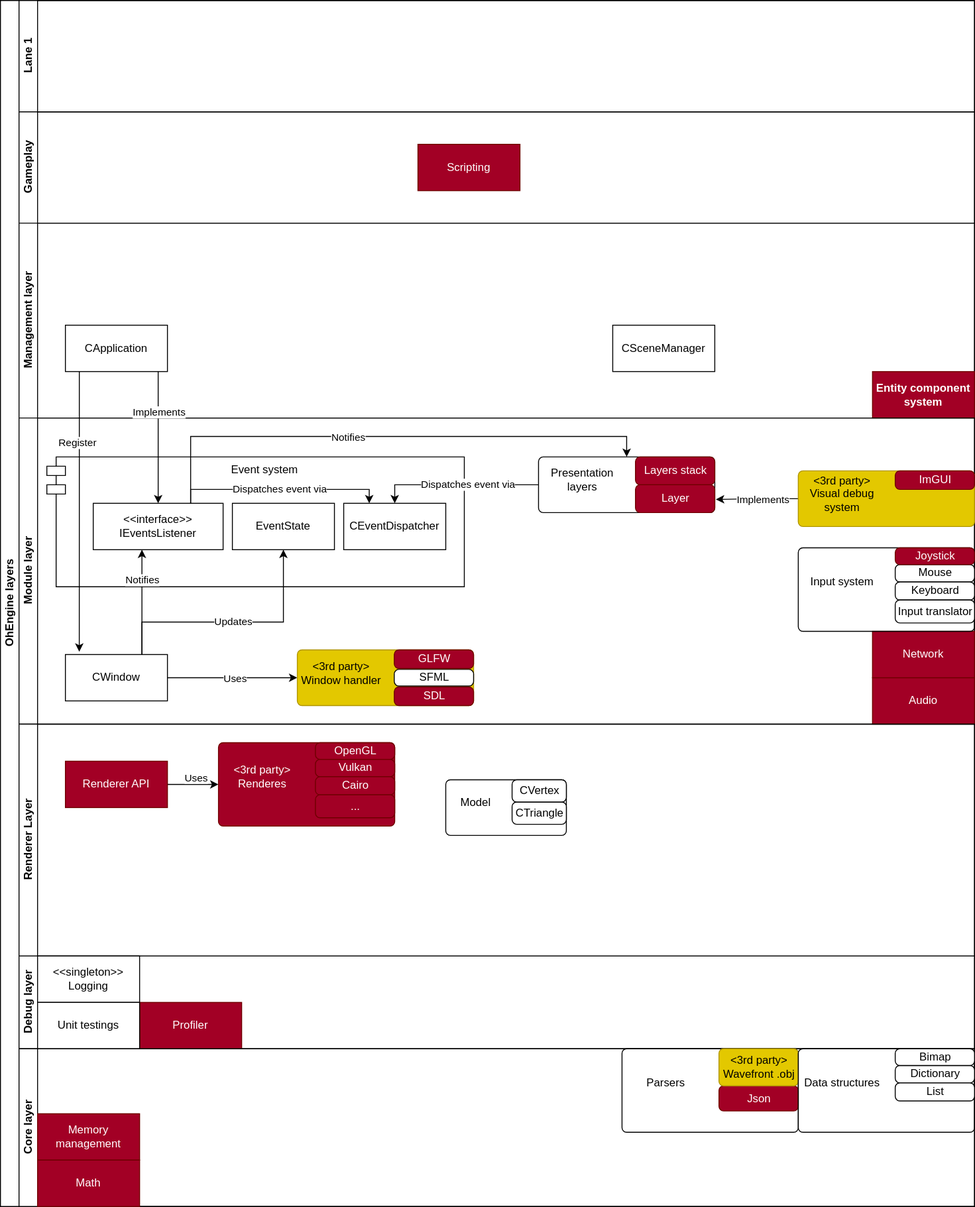
Above: docs/LayerDiagram.svg in eHonnef/OhEngine (draw.io), before the change. Source tidied: cells renumbered, new cells last; positions are measured from the earlier drawing's top-left corner, leaving out a move shared by most shapes.
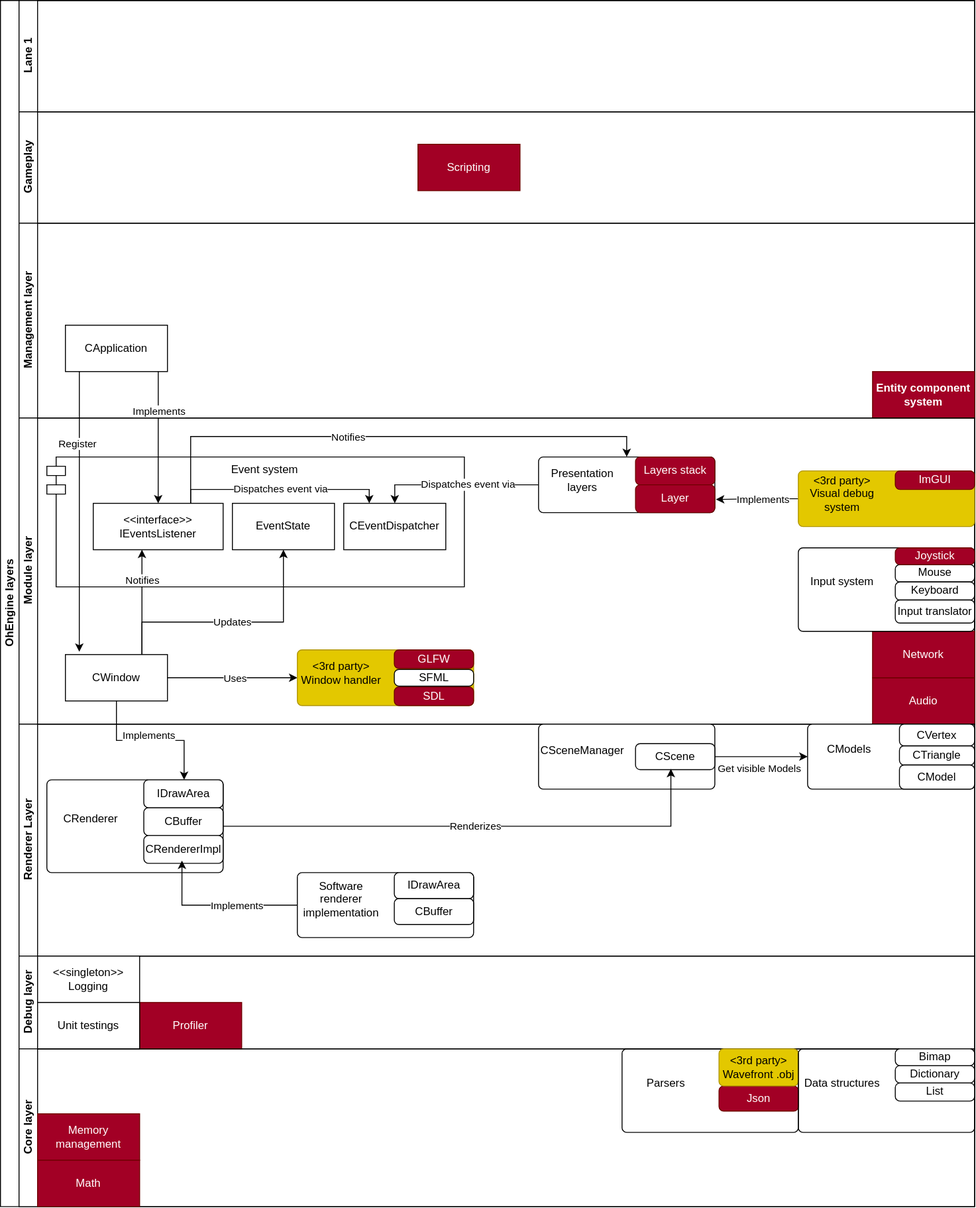
Above is the later version.

Diff of the diagram source:
```diff
@@ -23,9 +23,6 @@
     <mxCell id="8" value="Entity component system" style="html=1;whiteSpace=wrap;fillColor=#a20025;strokeColor=#6F0000;fontColor=#ffffff;fontStyle=1;" parent="6" vertex="1">
       <mxGeometry x="920" y="160" width="110" height="50" as="geometry" />
     </mxCell>
-    <mxCell id="9" value="CSceneManager" style="html=1;whiteSpace=wrap;" parent="6" vertex="1">
-      <mxGeometry x="640" y="110" width="110" height="50" as="geometry" />
-    </mxCell>
     <mxCell id="10" value="Module layer" style="swimlane;startSize=20;horizontal=0;html=1;" parent="2" vertex="1">
       <mxGeometry x="20" y="450" width="1030" height="330" as="geometry" />
     </mxCell>
@@ -163,47 +160,76 @@
     <mxCell id="46" value="Renderer Layer" style="swimlane;startSize=20;horizontal=0;html=1;" parent="2" vertex="1">
       <mxGeometry x="20" y="780" width="1030" height="250" as="geometry" />
     </mxCell>
-    <mxCell id="47" style="edgeStyle=orthogonalEdgeStyle;rounded=0;jettySize=auto;html=1;entryX=0;entryY=0.5;entryDx=0;entryDy=0;" parent="46" edge="1" source="49" target="50">
-      <mxGeometry relative="1" as="geometry" />
-    </mxCell>
-    <mxCell id="48" value="Uses" style="edgeLabel;html=1;align=center;verticalAlign=middle;" parent="47" vertex="1">
-      <mxGeometry x="-0.2" y="-2" relative="1" as="geometry">
-        <mxPoint x="8" y="-10" as="offset" />
-      </mxGeometry>
-    </mxCell>
-    <mxCell id="49" value="Renderer API" style="html=1;whiteSpace=wrap;fillColor=#a20025;strokeColor=#6F0000;fontColor=#ffffff;" parent="46" vertex="1">
-      <mxGeometry x="50" y="40" width="110" height="50" as="geometry" />
-    </mxCell>
-    <mxCell id="50" style="rounded=1;absoluteArcSize=1;html=1;arcSize=10;fillColor=#a20025;strokeColor=#6F0000;fontColor=#ffffff;" parent="46" vertex="1">
-      <mxGeometry x="215" y="20" width="190" height="90" as="geometry" />
-    </mxCell>
-    <mxCell id="51" value="&amp;lt;3rd party&amp;gt;&lt;br&gt;Renderes" style="html=1;shape=mxgraph.er.anchor;whiteSpace=wrap;fontColor=#FFFFFF;" parent="50" vertex="1">
-      <mxGeometry width="95" height="75" as="geometry" />
-    </mxCell>
-    <mxCell id="52" value="Vulkan" style="rounded=1;absoluteArcSize=1;html=1;arcSize=10;whiteSpace=wrap;strokeColor=inherit;fillColor=inherit;fontColor=#FFFFFF;" parent="50" vertex="1">
-      <mxGeometry x="104.5" y="18" width="85.5" height="18.7" as="geometry" />
-    </mxCell>
-    <mxCell id="53" value="OpenGL" style="rounded=1;absoluteArcSize=1;html=1;arcSize=10;whiteSpace=wrap;strokeColor=inherit;fillColor=inherit;fontColor=#FFFFFF;" parent="50" vertex="1">
-      <mxGeometry x="104.5" width="85.5" height="18" as="geometry" />
-    </mxCell>
-    <mxCell id="54" value="Cairo" style="rounded=1;absoluteArcSize=1;html=1;arcSize=10;whiteSpace=wrap;strokeColor=inherit;fillColor=inherit;fontColor=#FFFFFF;" parent="50" vertex="1">
-      <mxGeometry x="104.5" y="36.7" width="85.5" height="19.5" as="geometry" />
-    </mxCell>
-    <mxCell id="55" value="..." style="rounded=1;absoluteArcSize=1;html=1;arcSize=10;whiteSpace=wrap;strokeColor=inherit;fillColor=inherit;fontColor=#FFFFFF;" parent="50" vertex="1">
-      <mxGeometry x="104.5" y="56.2" width="85.5" height="24.7" as="geometry" />
-    </mxCell>
     <mxCell id="56" style="rounded=1;absoluteArcSize=1;html=1;arcSize=10;" parent="46" vertex="1">
-      <mxGeometry x="460" y="60" width="130" height="60" as="geometry" />
+      <mxGeometry x="850" width="180" height="70" as="geometry" />
     </mxCell>
-    <mxCell id="57" value="Model" style="html=1;shape=mxgraph.er.anchor;whiteSpace=wrap;" parent="56" vertex="1">
-      <mxGeometry width="65" height="50" as="geometry" />
+    <mxCell id="57" value="CModels" style="html=1;shape=mxgraph.er.anchor;whiteSpace=wrap;" parent="56" vertex="1">
+      <mxGeometry width="90" height="53.6" as="geometry" />
     </mxCell>
     <mxCell id="58" value="CTriangle" style="rounded=1;absoluteArcSize=1;html=1;arcSize=10;whiteSpace=wrap;" parent="56" vertex="1">
-      <mxGeometry x="71.5" y="24" width="58.5" height="24" as="geometry" />
+      <mxGeometry x="99" y="23.3" width="81" height="20.7" as="geometry" />
     </mxCell>
     <mxCell id="59" value="CVertex" style="rounded=1;absoluteArcSize=1;html=1;arcSize=10;whiteSpace=wrap;" parent="56" vertex="1">
-      <mxGeometry x="71.5" width="58.5" height="24" as="geometry" />
+      <mxGeometry x="99" width="81" height="23.3" as="geometry" />
     </mxCell>
+    <mxCell id="80" value="CModel" style="rounded=1;absoluteArcSize=1;html=1;arcSize=10;whiteSpace=wrap;" parent="56" vertex="1">
+      <mxGeometry x="99" y="44" width="81" height="25.9" as="geometry" />
+    </mxCell>
+    <mxCell id="81" style="edgeStyle=orthogonalEdgeStyle;rounded=0;jettySize=auto;html=1;entryX=0;entryY=0.5;entryDx=0;entryDy=0;" parent="46" edge="1" source="83" target="56">
+      <mxGeometry relative="1" as="geometry" />
+    </mxCell>
+    <mxCell id="82" value="Get visible Models" style="edgeLabel;html=1;align=center;verticalAlign=middle;" parent="81" vertex="1">
+      <mxGeometry x="-0.28" y="-1" relative="1" as="geometry">
+        <mxPoint x="11" y="11" as="offset" />
+      </mxGeometry>
+    </mxCell>
+    <mxCell id="83" style="rounded=1;absoluteArcSize=1;html=1;arcSize=10;" parent="46" vertex="1">
+      <mxGeometry x="560" width="190" height="70" as="geometry" />
+    </mxCell>
+    <mxCell id="9" value="CSceneManager" style="html=1;shape=mxgraph.er.anchor;whiteSpace=wrap;" parent="83" vertex="1">
+      <mxGeometry width="95" height="58.3" as="geometry" />
+    </mxCell>
+    <mxCell id="84" value="CScene" style="rounded=1;absoluteArcSize=1;html=1;arcSize=10;whiteSpace=wrap;points=[];" parent="83" vertex="1">
+      <mxGeometry x="104.5" y="21" width="85.5" height="28" as="geometry" />
+    </mxCell>
+    <mxCell id="85" value="Renderizes" style="edgeStyle=orthogonalEdgeStyle;rounded=0;jettySize=auto;html=1;entryX=0.446;entryY=0.973;entryDx=0;entryDy=0;entryPerimeter=0;" parent="46" edge="1" source="86" target="84">
+      <mxGeometry relative="1" as="geometry" />
+    </mxCell>
+    <mxCell id="86" style="rounded=1;absoluteArcSize=1;html=1;arcSize=10;" parent="46" vertex="1">
+      <mxGeometry x="30" y="60" width="190" height="100" as="geometry" />
+    </mxCell>
+    <mxCell id="87" value="CRenderer" style="html=1;shape=mxgraph.er.anchor;whiteSpace=wrap;" parent="86" vertex="1">
+      <mxGeometry width="95" height="83.3" as="geometry" />
+    </mxCell>
+    <mxCell id="88" value="CBuffer" style="rounded=1;absoluteArcSize=1;html=1;arcSize=10;whiteSpace=wrap;" parent="86" vertex="1">
+      <mxGeometry x="104.5" y="30" width="85.5" height="30" as="geometry" />
+    </mxCell>
+    <mxCell id="89" value="IDrawArea" style="rounded=1;absoluteArcSize=1;html=1;arcSize=10;whiteSpace=wrap;points=[];" parent="86" vertex="1">
+      <mxGeometry x="104.5" width="85.5" height="30" as="geometry" />
+    </mxCell>
+    <mxCell id="90" value="CRendererImpl" style="rounded=1;absoluteArcSize=1;html=1;arcSize=10;whiteSpace=wrap;points=[];" parent="86" vertex="1">
+      <mxGeometry x="104.5" y="60" width="85.5" height="30" as="geometry" />
+    </mxCell>
+    <mxCell id="91" style="edgeStyle=orthogonalEdgeStyle;rounded=0;jettySize=auto;html=1;entryX=0.481;entryY=0.902;entryDx=0;entryDy=0;entryPerimeter=0;" parent="46" edge="1" source="93" target="90">
+      <mxGeometry relative="1" as="geometry" />
+    </mxCell>
+    <mxCell id="92" value="Implements" style="edgeLabel;html=1;align=center;verticalAlign=middle;" parent="91" vertex="1">
+      <mxGeometry x="-0.07" y="1" relative="1" as="geometry">
+        <mxPoint x="14" y="-1" as="offset" />
+      </mxGeometry>
+    </mxCell>
+    <mxCell id="93" style="rounded=1;absoluteArcSize=1;html=1;arcSize=10;" parent="46" vertex="1">
+      <mxGeometry x="300" y="160" width="190" height="70" as="geometry" />
+    </mxCell>
+    <mxCell id="94" value="Software renderer implementation" style="html=1;shape=mxgraph.er.anchor;whiteSpace=wrap;" parent="93" vertex="1">
+      <mxGeometry width="95" height="58.3" as="geometry" />
+    </mxCell>
+    <mxCell id="95" value="CBuffer" style="rounded=1;absoluteArcSize=1;html=1;arcSize=10;whiteSpace=wrap;" parent="93" vertex="1">
+      <mxGeometry x="104.5" y="28" width="85.5" height="28" as="geometry" />
+    </mxCell>
+    <mxCell id="96" value="IDrawArea" style="rounded=1;absoluteArcSize=1;html=1;arcSize=10;whiteSpace=wrap;" parent="93" vertex="1">
+      <mxGeometry x="104.5" width="85.5" height="28" as="geometry" />
+    </mxCell>
     <mxCell id="60" value="Debug layer" style="swimlane;startSize=20;horizontal=0;html=1;" parent="2" vertex="1">
       <mxGeometry x="20" y="1030" width="1030" height="100" as="geometry" />
     </mxCell>
@@ -278,5 +304,13 @@
         <mxPoint y="37" as="offset" />
       </mxGeometry>
     </mxCell>
+    <mxCell id="97" style="edgeStyle=orthogonalEdgeStyle;rounded=0;jettySize=auto;html=1;entryX=0.508;entryY=0;entryDx=0;entryDy=0;entryPerimeter=0;" parent="2" edge="1" source="11" target="89">
+      <mxGeometry relative="1" as="geometry" />
+    </mxCell>
+    <mxCell id="98" value="Implements" style="edgeLabel;html=1;align=center;verticalAlign=middle;" parent="97" vertex="1">
+      <mxGeometry x="-0.26" y="2" relative="1" as="geometry">
+        <mxPoint x="19" y="-4" as="offset" />
+      </mxGeometry>
+    </mxCell>
   </root>
 </mxGraphModel>
```
